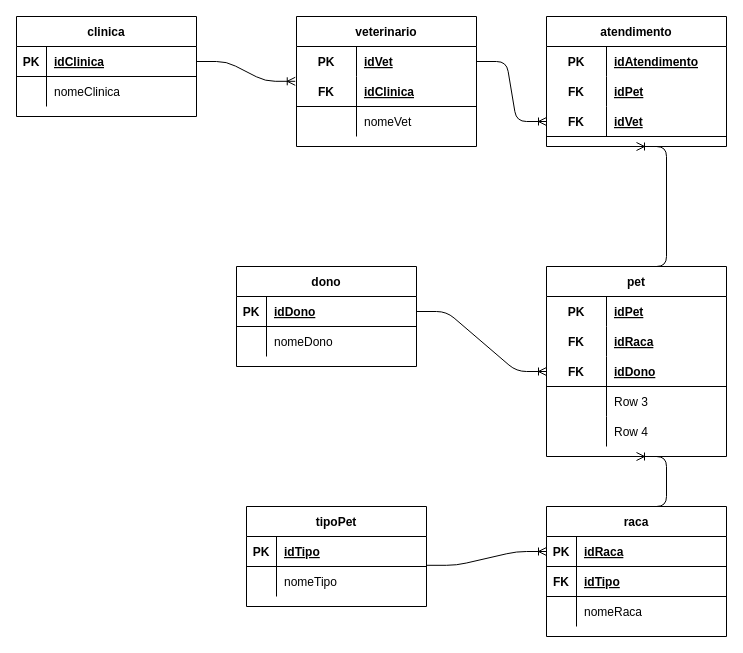
Earlier version of the draw.io diagram page "lógico" (2 of 2) of exercicios/1.3-exercicio-pclinics/1.3-exercicio-pclinics.drawio (Zennitte/senai_sprint1_bd). Source tidied: cells renumbered, new cells numbered last; positions are measured from the earlier drawing's top-left corner, leaving out a move shared by most shapes. Both pictures are drawn from the tidied source at 100%, with x=0, y=0 at pixel (16, 16).
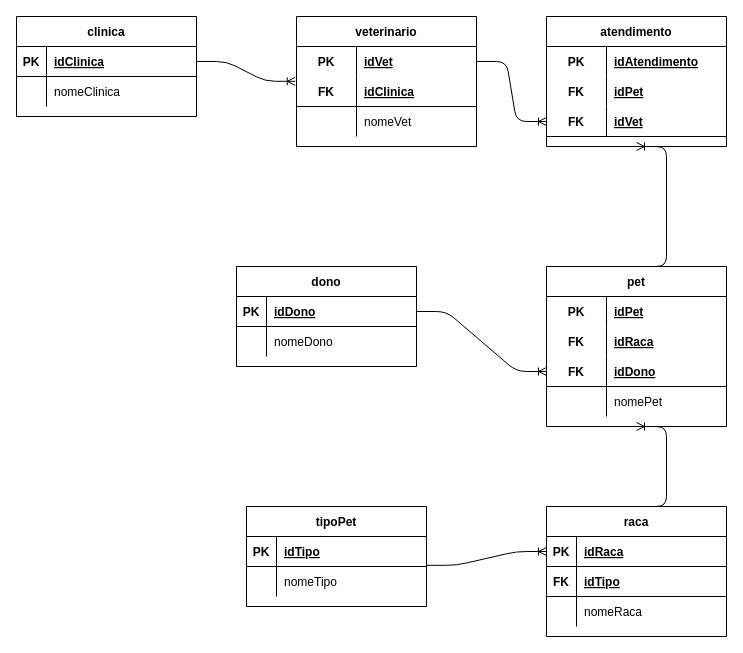
The same diagram, later.

Unchanged cells that the change refers to:
```xml
<mxCell id="41" style="shape=partialRectangle;fillColor=none;top=0;left=0;bottom=0;right=0;" parent="31" vertex="1">
  <mxGeometry y="120" width="180" height="30" as="geometry" />
</mxCell>
```

What changed in the source:
```diff
@@
     <mxCell id="31" value="pet" style="shape=table;startSize=30;childLayout=tableLayout;rowLines=0;fontStyle=1;align=center;" parent="1" vertex="1">
-      <mxGeometry x="530" y="250" width="180" height="190" as="geometry" />
+      <mxGeometry x="530" y="250" width="180" height="160" as="geometry" />
     </mxCell>
@@
-    <mxCell id="43" value="Row 3" style="shape=partialRectangle;fillColor=none;top=0;left=0;bottom=0;right=0;align=left;spacingLeft=6;overflow=hidden;" parent="41" vertex="1">
+    <mxCell id="43" value="nomePet" style="shape=partialRectangle;fillColor=none;top=0;left=0;bottom=0;right=0;align=left;spacingLeft=6;overflow=hidden;" parent="41" vertex="1">
       <mxGeometry x="60" width="120" height="30" as="geometry" />
     </mxCell>
-    <mxCell id="44" style="shape=partialRectangle;fillColor=none;top=0;left=0;bottom=0;right=0;" parent="31" vertex="1">
-      <mxGeometry y="150" width="180" height="30" as="geometry" />
-    </mxCell>
-    <mxCell id="45" style="shape=partialRectangle;fillColor=none;top=0;left=0;bottom=0;right=0;overflow=hidden;" parent="44" vertex="1">
-      <mxGeometry width="60" height="30" as="geometry" />
-    </mxCell>
-    <mxCell id="46" value="Row 4" style="shape=partialRectangle;fillColor=none;top=0;left=0;bottom=0;right=0;align=left;spacingLeft=6;overflow=hidden;" parent="44" vertex="1">
-      <mxGeometry x="60" width="120" height="30" as="geometry" />
-    </mxCell>
```
